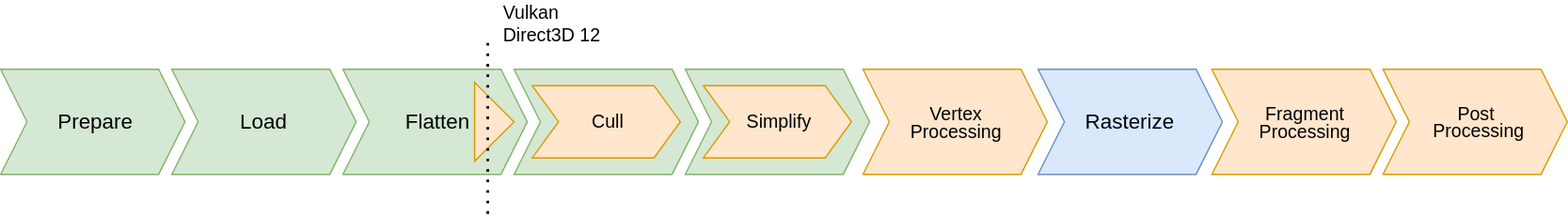
Earlier version of the draw.io export assets/images/graphics-pipeline-gpgpu.svg (TheCandidStartup/TheCandidStartup.github.io). Source tidied: cells renumbered, new cells last; positions are measured from the earlier drawing's top-left corner, leaving out a move shared by most shapes.
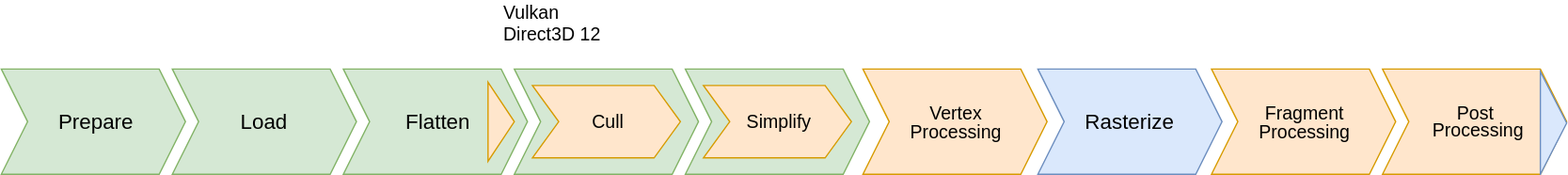
Later version of the same file.

Change to the diagram source:
```diff
@@ -39,13 +39,10 @@
       <mxGeometry x="403.8" y="62.5" width="112.5" height="55" as="geometry" />
     </mxCell>
     <mxCell id="14" style="triangle;whiteSpace=wrap;html=1;fontSize=14;fillColor=#ffe6cc;strokeColor=#d79b00;" parent="1" vertex="1">
-      <mxGeometry x="360" y="60" width="30" height="60" as="geometry" />
+      <mxGeometry x="370" y="60" width="20" height="60" as="geometry" />
     </mxCell>
-    <mxCell id="15" style="endArrow=none;dashed=1;html=1;dashPattern=1 3;strokeWidth=2;rounded=0;fontSize=14;" parent="1" edge="1">
-      <mxGeometry relative="1" as="geometry">
-        <mxPoint x="370" y="160" as="sourcePoint" />
-        <mxPoint x="370" y="30" as="targetPoint" />
-      </mxGeometry>
-    </mxCell>
+    <mxCell id="16" style="triangle;whiteSpace=wrap;html=1;fontSize=12;fillColor=#dae8fc;strokeColor=#6c8ebf;" parent="1" vertex="1">
+      <mxGeometry x="1170" y="52" width="20" height="78" as="geometry" />
+    </mxCell>
   </root>
 </mxGraphModel>
```
